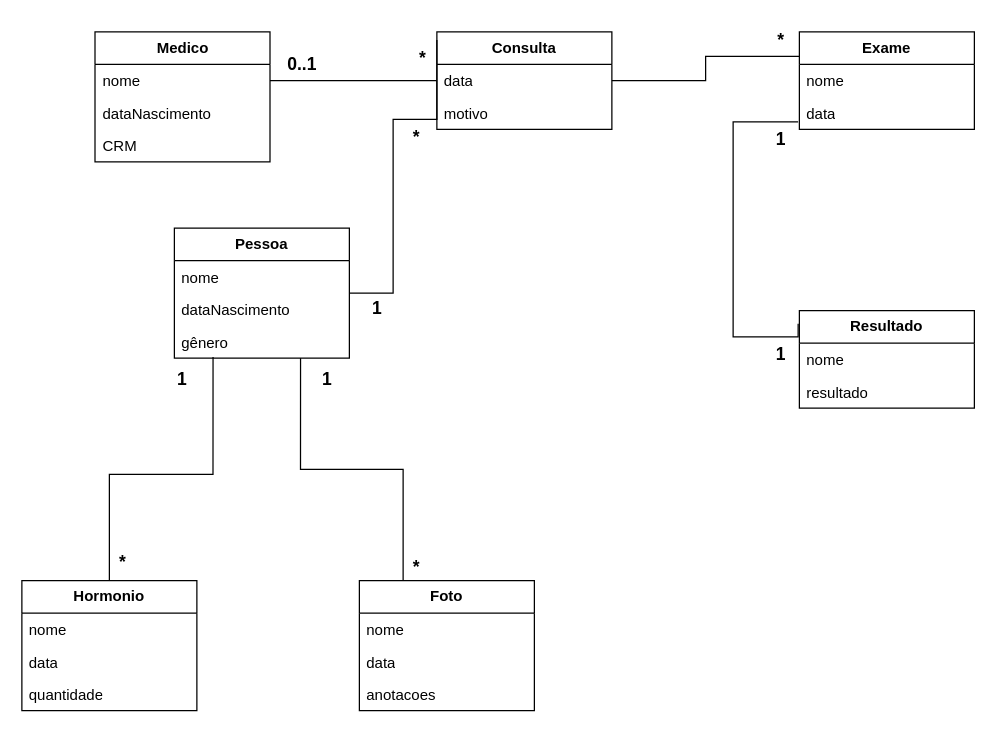
Before: classe-dominio.drawio in brenojsilva/diagramas-es-1, a draw.io diagram. Source tidied: cells renumbered, new cells numbered last; positions are measured from the earlier drawing's top-left corner, leaving out a move shared by most shapes. Both pictures are drawn from the tidied source at 125%, with x=0, y=0 at pixel (21, 21).
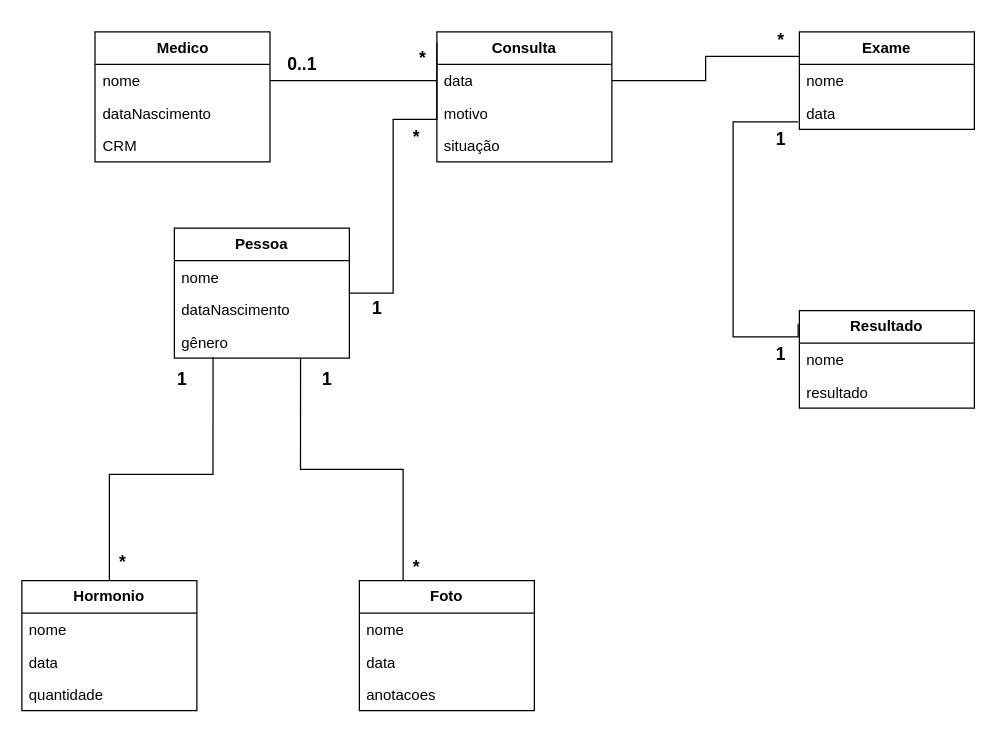
Above is the later version.

The edit, as a diff of the source:
```diff
@@
     <mxCell id="15" value="&lt;b&gt;Consulta&lt;/b&gt;" style="swimlane;fontStyle=0;horizontal=1;startSize=26;fillColor=none;whiteSpace=wrap;html=1;" parent="1" vertex="1">
-      <mxGeometry x="332" y="8" width="140" height="78" as="geometry" />
+      <mxGeometry x="332" y="8" width="140" height="104" as="geometry" />
     </mxCell>
@@
+    <mxCell id="44" value="motivo" style="text;strokeColor=none;fillColor=none;align=left;verticalAlign=top;spacingLeft=4;spacingRight=4;overflow=hidden;whiteSpace=wrap;html=1;" parent="15" vertex="1">
+      <mxGeometry y="52" width="140" height="26" as="geometry" />
+    </mxCell>
-    <mxCell id="17" value="motivo" style="text;strokeColor=none;fillColor=none;align=left;verticalAlign=top;spacingLeft=4;spacingRight=4;overflow=hidden;whiteSpace=wrap;html=1;" parent="15" vertex="1">
-      <mxGeometry y="52" width="140" height="26" as="geometry" />
+    <mxCell id="17" value="situação" style="text;strokeColor=none;fillColor=none;align=left;verticalAlign=top;spacingLeft=4;spacingRight=4;overflow=hidden;whiteSpace=wrap;html=1;" parent="15" vertex="1">
+      <mxGeometry y="78" width="140" height="26" as="geometry" />
     </mxCell>
```
